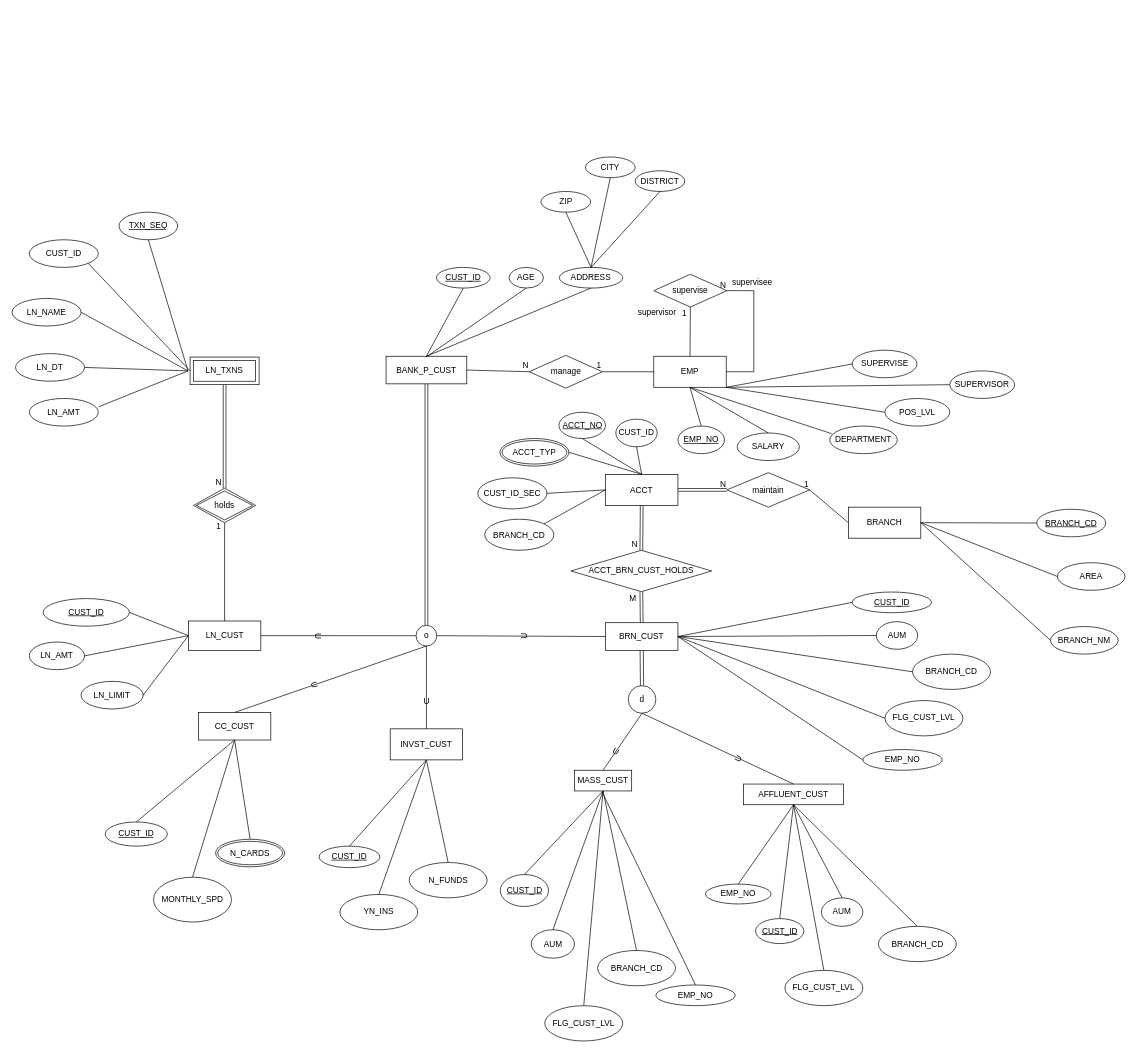
The draw.io diagram Homeworks/hw2.drawio in qqaazz800624/2023_Database_Systems_SQLtoNoSQL, before the edit. Source tidied: cells renumbered, new cells numbered last; positions are measured from the earlier drawing's top-left corner, leaving out a move shared by most shapes. Both pictures are drawn from the tidied source at 69%, with x=0, y=0 at pixel (12, 157).
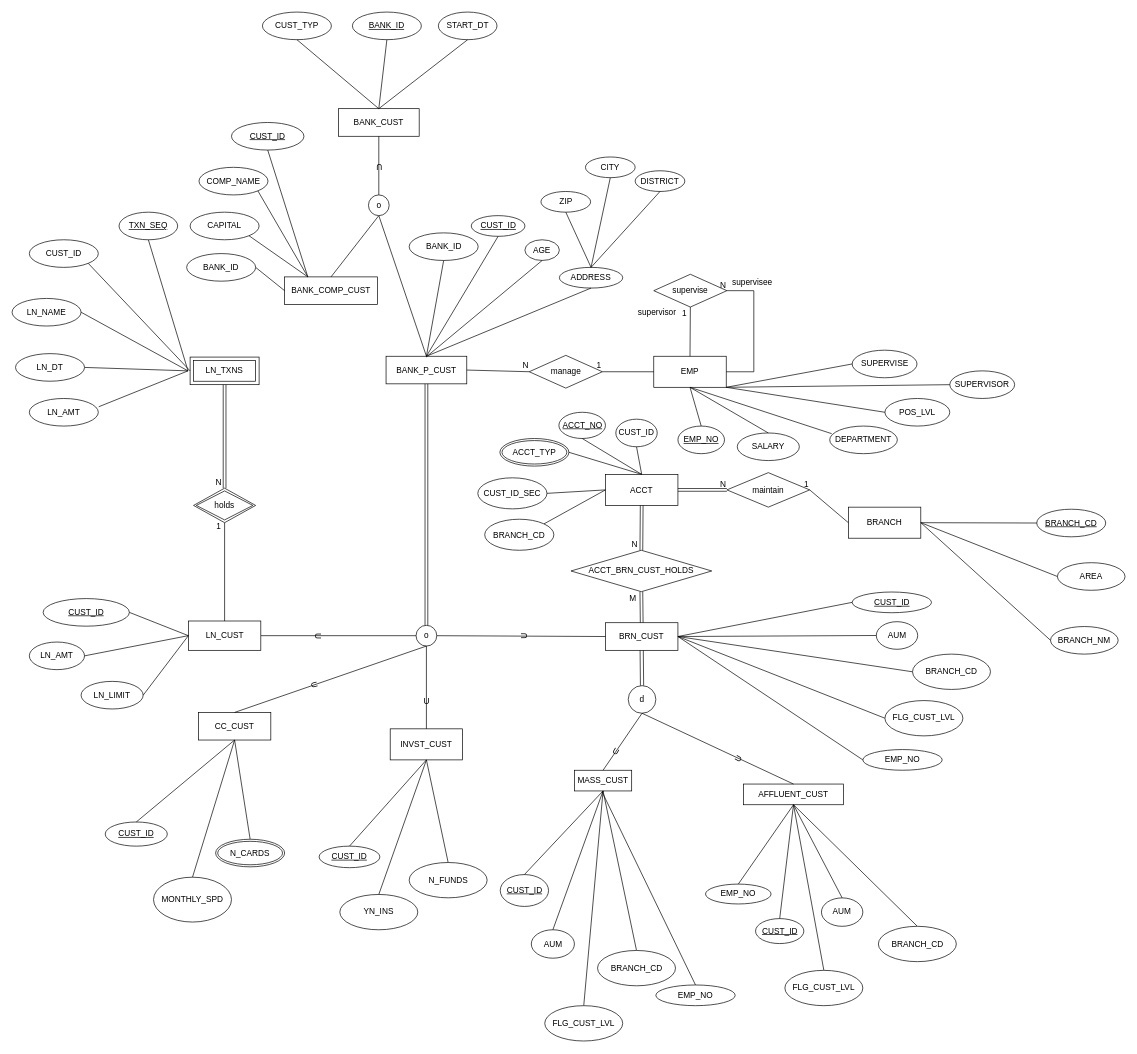
Above is the later version.

Unchanged cells that the change refers to:
```xml
<mxCell id="2" value="BANK_P_CUST" style="rounded=0;whiteSpace=wrap;html=1;" parent="1" vertex="1">
  <mxGeometry x="542" y="288.8" width="117" height="40" as="geometry" />
</mxCell>
```

Diff of the diagram source:
```diff
@@
     <mxCell id="10" value="&lt;u&gt;CUST_ID&lt;/u&gt;" style="ellipse;whiteSpace=wrap;html=1;" parent="1" vertex="1">
-      <mxGeometry x="615" y="160" width="77.8" height="30" as="geometry" />
+      <mxGeometry x="665.5" y="85" width="77.8" height="30" as="geometry" />
     </mxCell>
     <mxCell id="11" value="AGE" style="ellipse;whiteSpace=wrap;html=1;" parent="1" vertex="1">
-      <mxGeometry x="720.2" y="160" width="50" height="30" as="geometry" />
+      <mxGeometry x="743.2" y="120" width="50" height="30" as="geometry" />
     </mxCell>
@@
+    <mxCell id="155" value="BANK_COMP_CUST" style="rounded=0;whiteSpace=wrap;html=1;" parent="1" vertex="1">
+      <mxGeometry x="395" y="173.8" width="134.5" height="40" as="geometry" />
+    </mxCell>
+    <mxCell id="156" value="&lt;u&gt;CUST_ID&lt;/u&gt;" style="ellipse;whiteSpace=wrap;html=1;" parent="1" vertex="1">
+      <mxGeometry x="318" y="-50" width="105" height="40" as="geometry" />
+    </mxCell>
+    <mxCell id="157" value="CAPITAL" style="ellipse;whiteSpace=wrap;html=1;" parent="1" vertex="1">
+      <mxGeometry x="258" y="80" width="100" height="40" as="geometry" />
+    </mxCell>
+    <mxCell id="158" value="COMP_NAME" style="ellipse;whiteSpace=wrap;html=1;" parent="1" vertex="1">
+      <mxGeometry x="270.9" y="15" width="100" height="40" as="geometry" />
+    </mxCell>
+    <mxCell id="159" style="endArrow=none;html=1;rounded=0;entryX=0.5;entryY=1;entryDx=0;entryDy=0;exitX=0.25;exitY=0;exitDx=0;exitDy=0;" parent="1" edge="1" source="155" target="156">
+      <mxGeometry relative="1" as="geometry" />
+    </mxCell>
+    <mxCell id="160" style="endArrow=none;html=1;rounded=0;entryX=1;entryY=1;entryDx=0;entryDy=0;exitX=0.25;exitY=0;exitDx=0;exitDy=0;" parent="1" edge="1" source="155" target="158">
+      <mxGeometry relative="1" as="geometry" />
+    </mxCell>
+    <mxCell id="161" style="endArrow=none;html=1;rounded=0;entryX=1;entryY=1;entryDx=0;entryDy=0;exitX=0.25;exitY=0;exitDx=0;exitDy=0;" parent="1" edge="1" source="155" target="157">
+      <mxGeometry relative="1" as="geometry" />
+    </mxCell>
+    <mxCell id="162" value="BANK_CUST" style="rounded=0;whiteSpace=wrap;html=1;" parent="1" vertex="1">
+      <mxGeometry x="473" y="-70" width="117" height="40" as="geometry" />
+    </mxCell>
+    <mxCell id="163" style="endArrow=none;html=1;rounded=0;entryX=0.5;entryY=1;entryDx=0;entryDy=0;exitX=0.5;exitY=0;exitDx=0;exitDy=0;" parent="1" edge="1" source="155" target="165">
+      <mxGeometry relative="1" as="geometry" />
+    </mxCell>
+    <mxCell id="164" style="endArrow=none;html=1;rounded=0;entryX=0.5;entryY=1;entryDx=0;entryDy=0;exitX=0.5;exitY=0;exitDx=0;exitDy=0;" parent="1" edge="1" source="2" target="165">
+      <mxGeometry relative="1" as="geometry" />
+    </mxCell>
+    <mxCell id="165" value="o" style="ellipse;whiteSpace=wrap;html=1;" parent="1" vertex="1">
+      <mxGeometry x="516.5" y="55" width="30" height="30" as="geometry" />
+    </mxCell>
+    <mxCell id="166" style="endArrow=none;html=1;rounded=0;entryX=0.5;entryY=1;entryDx=0;entryDy=0;exitX=0.5;exitY=0;exitDx=0;exitDy=0;" parent="1" edge="1" source="165" target="162">
+      <mxGeometry relative="1" as="geometry" />
+    </mxCell>
+    <mxCell id="167" value="U" style="text;html=1;strokeColor=none;fillColor=none;align=center;verticalAlign=middle;whiteSpace=wrap;rounded=0;rotation=-180;" parent="1" vertex="1">
+      <mxGeometry x="501" width="63.5" height="30" as="geometry" />
+    </mxCell>
+    <mxCell id="168" value="START_DT" style="ellipse;whiteSpace=wrap;html=1;" parent="1" vertex="1">
+      <mxGeometry x="617.8" y="-210" width="85" height="40" as="geometry" />
+    </mxCell>
+    <mxCell id="169" value="CUST_TYP" style="ellipse;whiteSpace=wrap;html=1;" parent="1" vertex="1">
+      <mxGeometry x="362.8" y="-210" width="100" height="40" as="geometry" />
+    </mxCell>
+    <mxCell id="170" value="&lt;u&gt;BANK_ID&lt;/u&gt;" style="ellipse;whiteSpace=wrap;html=1;" parent="1" vertex="1">
+      <mxGeometry x="493.2" y="-210" width="100" height="40" as="geometry" />
+    </mxCell>
+    <mxCell id="171" style="endArrow=none;html=1;rounded=0;entryX=0.5;entryY=1;entryDx=0;entryDy=0;exitX=0.5;exitY=0;exitDx=0;exitDy=0;" parent="1" edge="1" source="162" target="169">
+      <mxGeometry relative="1" as="geometry" />
+    </mxCell>
+    <mxCell id="172" style="endArrow=none;html=1;rounded=0;entryX=0.5;entryY=1;entryDx=0;entryDy=0;exitX=0.5;exitY=0;exitDx=0;exitDy=0;" parent="1" edge="1" source="162" target="170">
+      <mxGeometry relative="1" as="geometry" />
+    </mxCell>
+    <mxCell id="173" style="endArrow=none;html=1;rounded=0;entryX=0.5;entryY=1;entryDx=0;entryDy=0;exitX=0.5;exitY=0;exitDx=0;exitDy=0;" parent="1" edge="1" source="162" target="168">
+      <mxGeometry relative="1" as="geometry" />
+    </mxCell>
+    <mxCell id="174" value="BANK_ID" style="ellipse;whiteSpace=wrap;html=1;" parent="1" vertex="1">
+      <mxGeometry x="253" y="140" width="100" height="40" as="geometry" />
+    </mxCell>
+    <mxCell id="175" style="endArrow=none;html=1;rounded=0;entryX=1;entryY=0.5;entryDx=0;entryDy=0;exitX=0;exitY=0.5;exitDx=0;exitDy=0;" parent="1" edge="1" source="155" target="174">
+      <mxGeometry relative="1" as="geometry" />
+    </mxCell>
+    <mxCell id="176" value="BANK_ID" style="ellipse;whiteSpace=wrap;html=1;" parent="1" vertex="1">
+      <mxGeometry x="575.5" y="110" width="100" height="40" as="geometry" />
+    </mxCell>
+    <mxCell id="177" style="endArrow=none;html=1;rounded=0;entryX=0.5;entryY=1;entryDx=0;entryDy=0;exitX=0.5;exitY=0;exitDx=0;exitDy=0;" parent="1" edge="1" source="2" target="176">
+      <mxGeometry relative="1" as="geometry" />
+    </mxCell>
```
